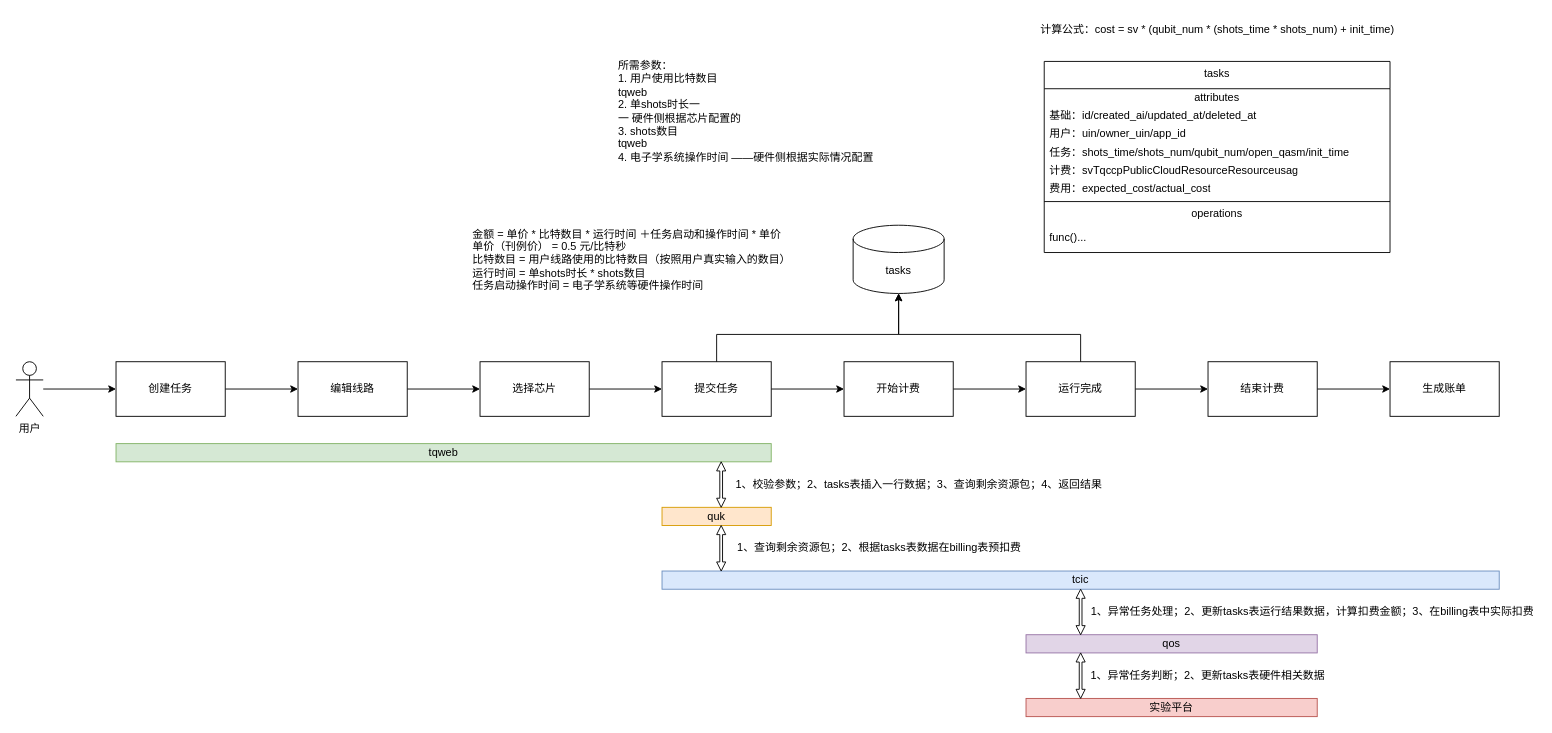
The draw.io diagram page "数据流相关" (2 of 2) of draft/project-2/未命名绘图.drawio in mattshhuang/draw-io, before the edit. Source tidied: cells renumbered, new cells numbered last; positions are measured from the earlier drawing's top-left corner, leaving out a move shared by most shapes. Both pictures are drawn from the tidied source at 91%, with x=0, y=0 at pixel (15, 15).
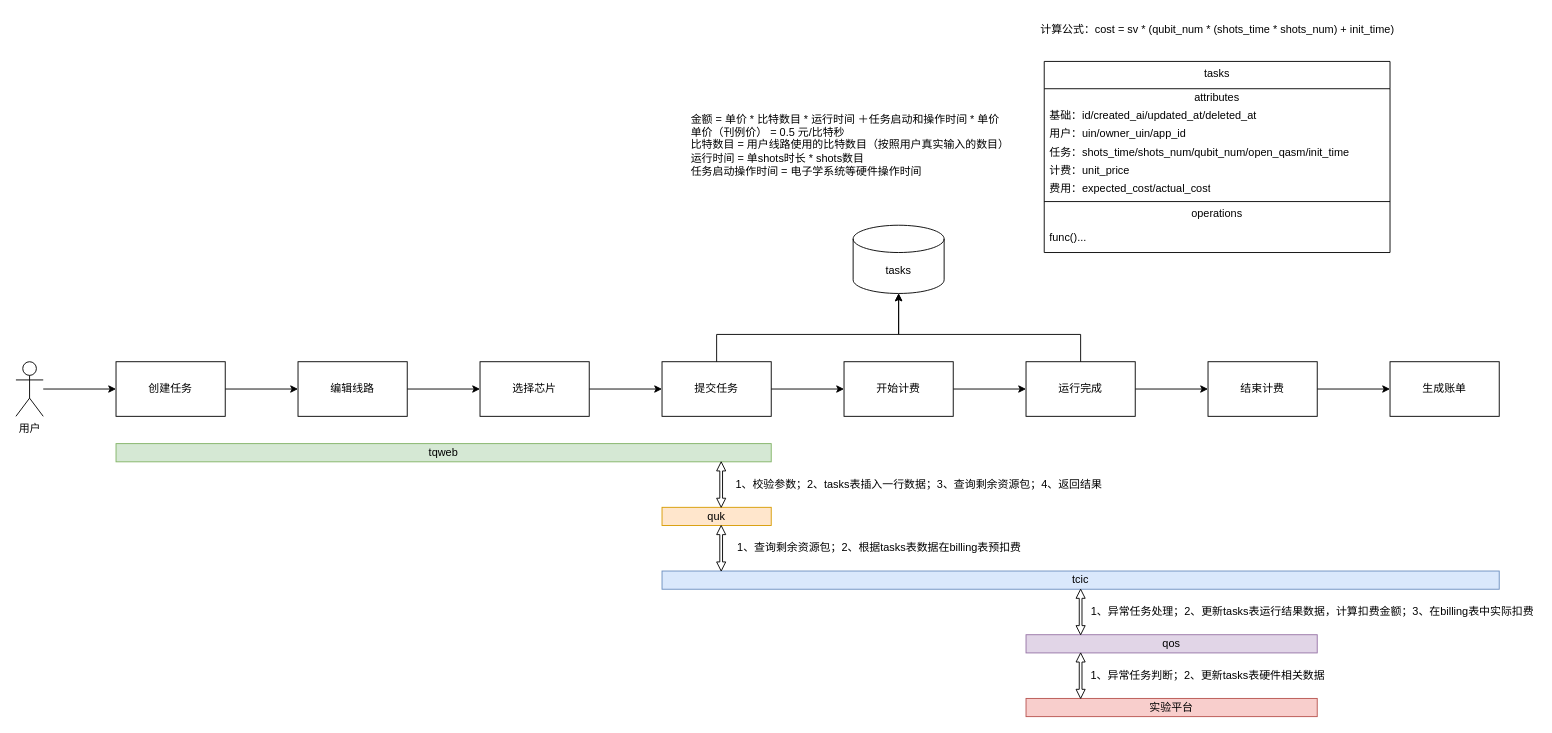
Above is the later version.

Commit message:
更新未命名绘图.drawio

The change refers to these unchanged cells:
```xml
<mxCell id="36" value="tasks" style="swimlane;fontStyle=0;align=center;verticalAlign=top;horizontal=1;startSize=30;html=1;whiteSpace=wrap;" parent="1" vertex="1">
  <mxGeometry x="1130" y="50" width="380" height="210" as="geometry" />
</mxCell>
```

Diff of the diagram source:
```diff
@@
     <mxCell id="35" value="&lt;div&gt;金额 = 单价 * 比特数目 * 运行时间 ＋任务启动和操作时间 * 单价&lt;/div&gt;&lt;div&gt;单价（刊例价） = 0.5 元/比特秒&lt;/div&gt;&lt;div&gt;比特数目 = 用户线路使用的比特数目（按照用户真实输入的数目）&lt;/div&gt;&lt;div&gt;运行时间 = 单shots时长 * shots数目&lt;/div&gt;&lt;div&gt;任务启动操作时间 = 电子学系统等硬件操作时间&lt;/div&gt;" style="text;html=1;strokeColor=none;fillColor=none;align=left;verticalAlign=middle;whiteSpace=wrap;rounded=0;" parent="1" vertex="1">
-      <mxGeometry x="500" y="216" width="370" height="103" as="geometry" />
+      <mxGeometry x="740" y="90" width="370" height="103" as="geometry" />
     </mxCell>
@@
-    <mxCell id="41" value="&lt;font color=&quot;#000000&quot;&gt;计费：svTqccpPublicCloudResourceResourceusag&lt;/font&gt;" style="text;html=1;strokeColor=none;fillColor=none;align=left;verticalAlign=middle;spacingLeft=4;spacingRight=4;overflow=hidden;fontColor=#808080;whiteSpace=wrap;" parent="36" vertex="1">
+    <mxCell id="41" value="&lt;font color=&quot;#000000&quot;&gt;计费：unit_price&lt;/font&gt;" style="text;html=1;strokeColor=none;fillColor=none;align=left;verticalAlign=middle;spacingLeft=4;spacingRight=4;overflow=hidden;fontColor=#808080;whiteSpace=wrap;" parent="36" vertex="1">
       <mxGeometry y="110" width="380" height="20" as="geometry" />
     </mxCell>
@@
-    <mxCell id="46" value="&lt;div&gt;所需参数：&lt;/div&gt;&lt;div&gt;1. 用户使用比特数目&lt;/div&gt;&lt;div&gt;tqweb&lt;/div&gt;&lt;div&gt;2. 单shots时长一&lt;/div&gt;&lt;div&gt;一 硬件侧根据芯片配置的&lt;/div&gt;&lt;div&gt;3. shots数目&lt;/div&gt;&lt;div&gt;tqweb&lt;/div&gt;&lt;div&gt;4. 电子学系统操作时间 ——硬件侧根据实际情况配置&lt;/div&gt;" style="text;html=1;strokeColor=none;fillColor=none;align=left;verticalAlign=middle;whiteSpace=wrap;rounded=0;" parent="1" vertex="1">
-      <mxGeometry x="660" y="40" width="300" height="130" as="geometry" />
-    </mxCell>
```
